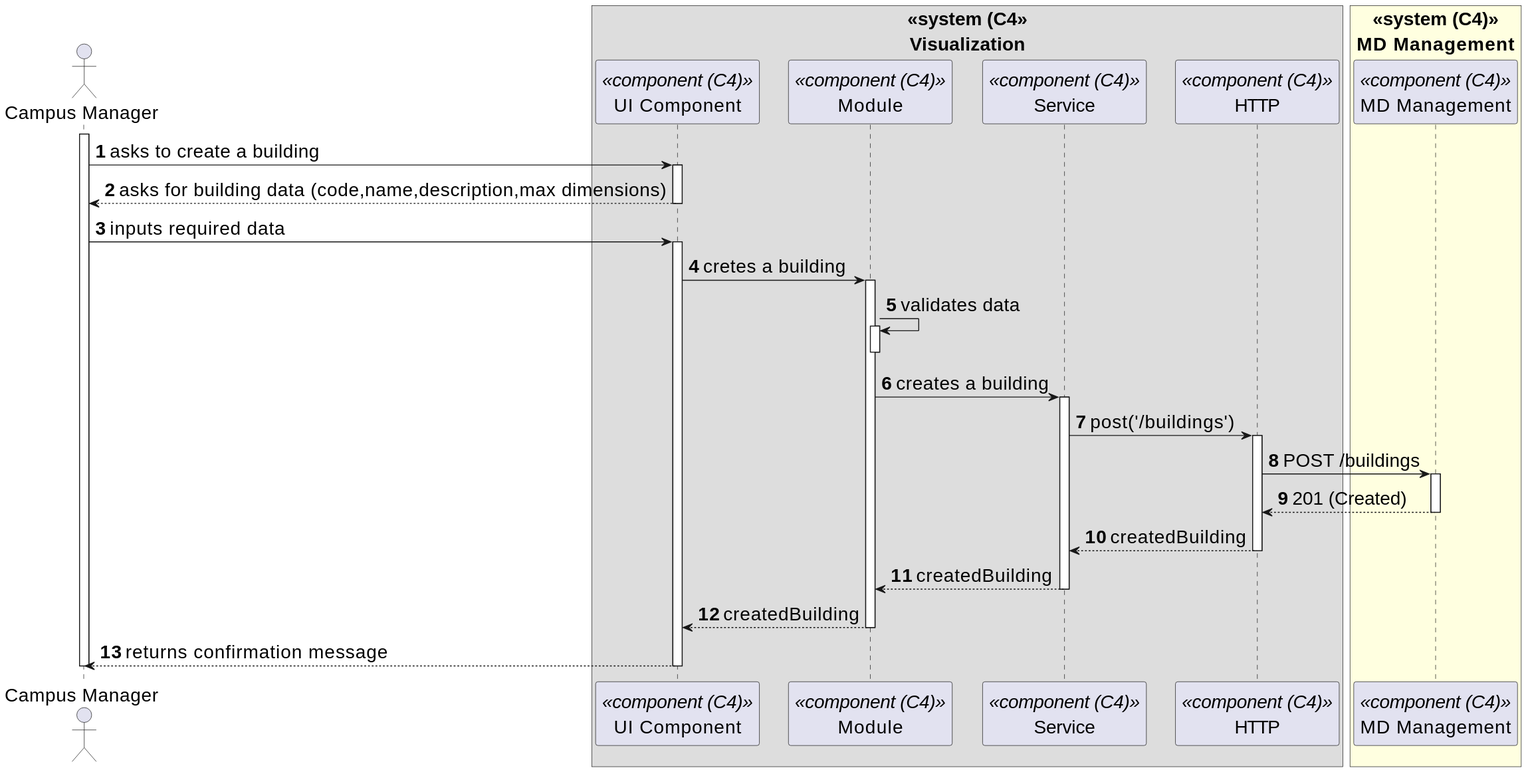
The PlantUML diagram _wiki/sprint-b/us24-1050/views/level-3/assets/process-view.svg in miseEnPlace-dev/lapr5, before a commit.
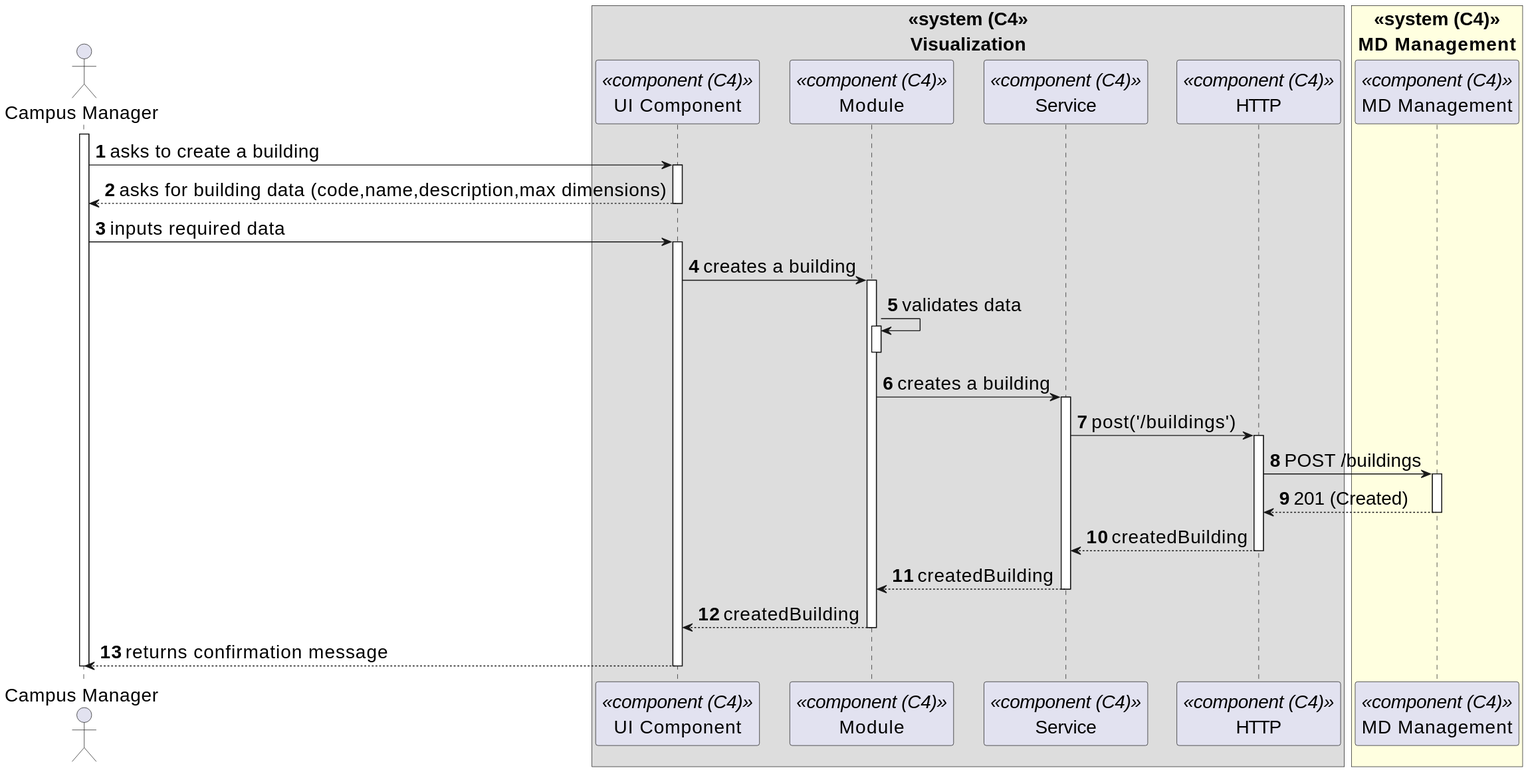
The same diagram one commit later.

Diff of the diagram source:
```diff
@@ -25,7 +25,7 @@
 
 CM -> CMP : inputs required data
 activate CMP
-CMP -> MOD : cretes a building
+CMP -> MOD : creates a building
 activate MOD
 MOD -> MOD : validates data
 activate MOD
```
